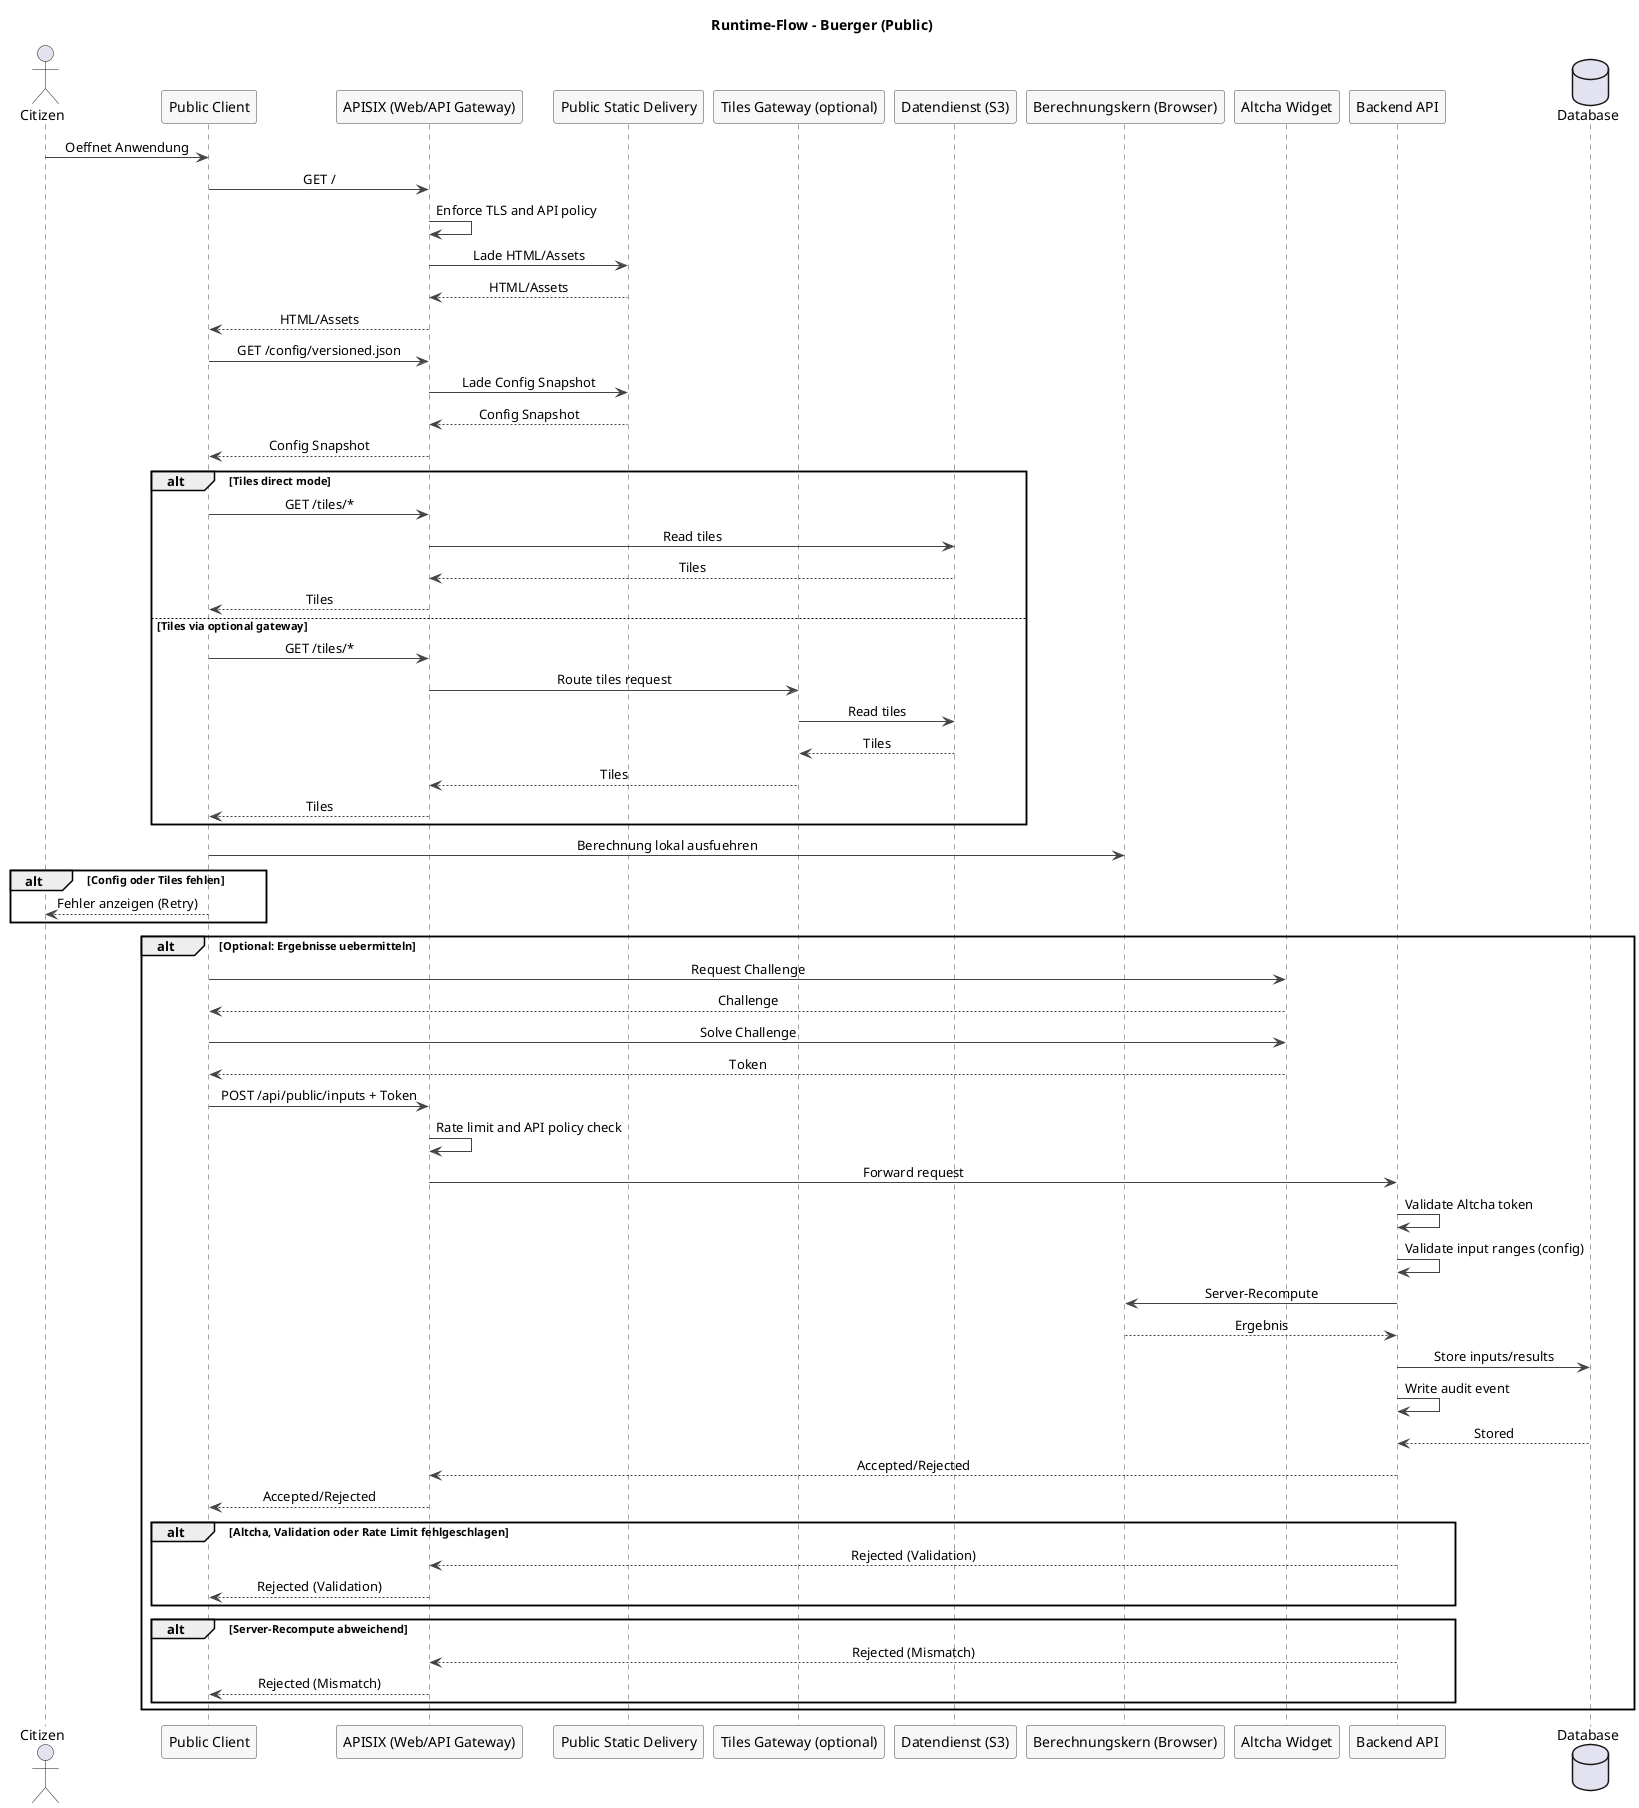
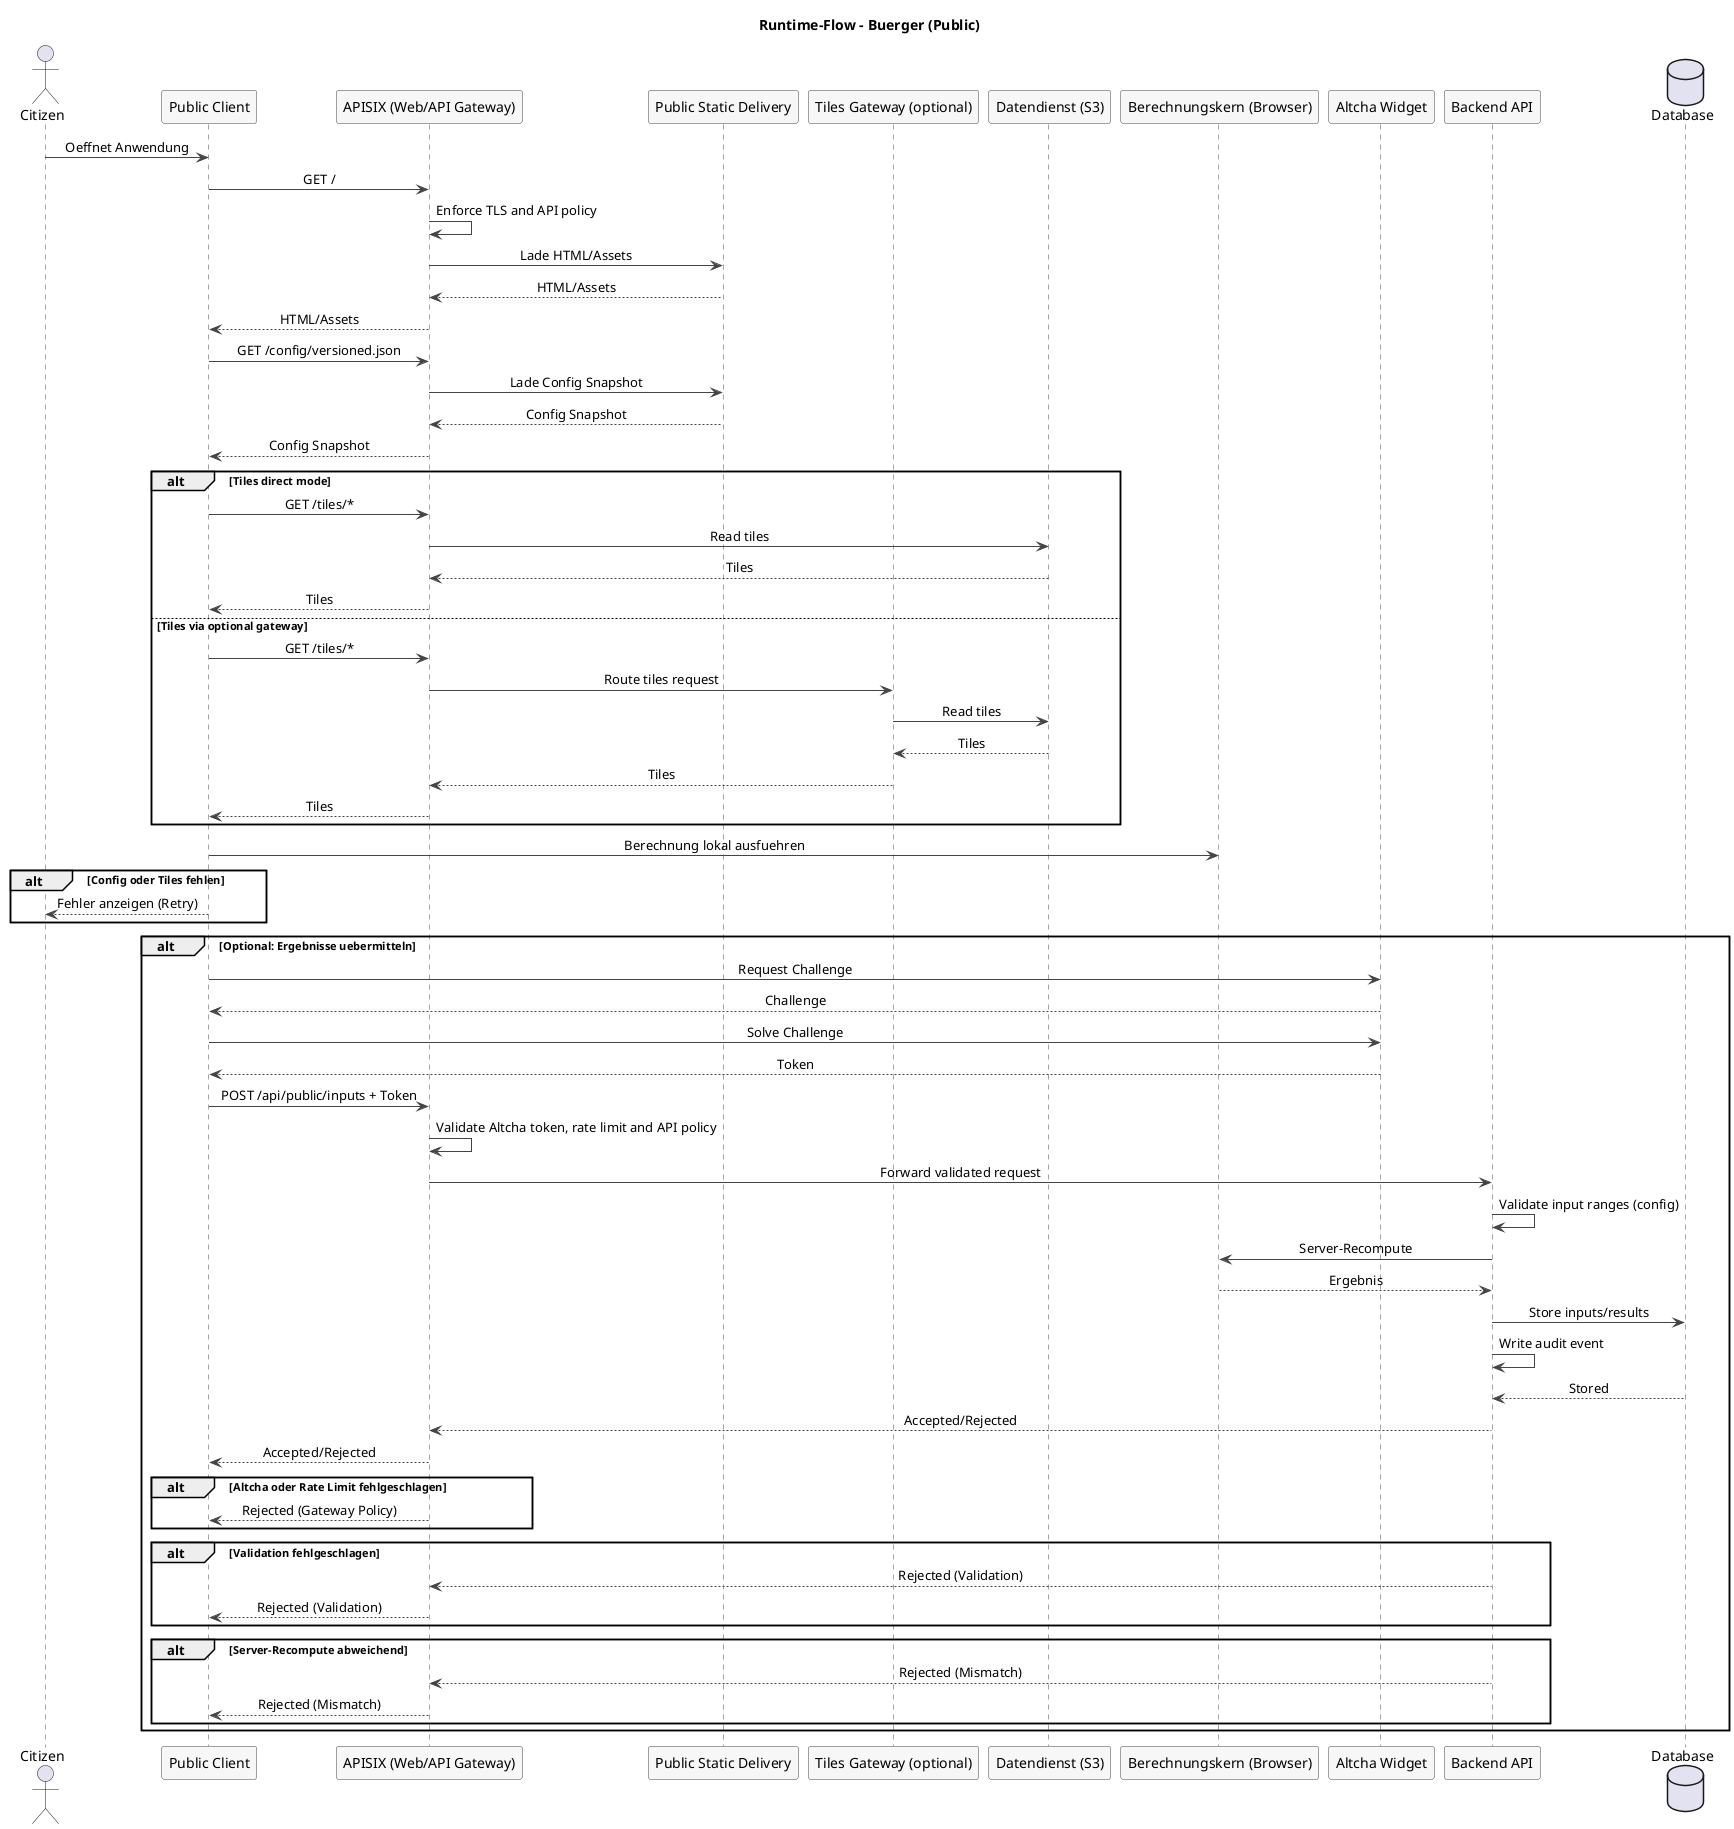
﻿@startuml
skinparam sequenceMessageAlign center
skinparam responseMessageBelowArrow true
skinparam sequence {
  ParticipantBorderColor #444444
  ParticipantBackgroundColor #F7F7F7
  LifeLineBorderColor #444444
  ArrowColor #444444
  NoteBorderColor #444444
  NoteBackgroundColor #F7F7F7
}

title Runtime-Flow - Buerger (Public)

actor Citizen as user
participant "Public Client" as client
participant "APISIX (Web/API Gateway)" as gateway
participant "Public Static Delivery" as public_static
participant "Tiles Gateway (optional)" as tiles
participant "Datendienst (S3)" as s3
participant "Berechnungskern (Browser)" as calc
participant "Altcha Widget" as altcha
participant "Backend API" as api
database "Database" as db

user -> client: Oeffnet Anwendung
client -> gateway: GET /
gateway -> gateway: Enforce TLS and API policy
gateway -> public_static: Lade HTML/Assets
public_static --> gateway: HTML/Assets
gateway --> client: HTML/Assets

client -> gateway: GET /config/versioned.json
gateway -> public_static: Lade Config Snapshot
public_static --> gateway: Config Snapshot
gateway --> client: Config Snapshot

alt Tiles direct mode
  client -> gateway: GET /tiles/*
  gateway -> s3: Read tiles
  s3 --> gateway: Tiles
  gateway --> client: Tiles
else Tiles via optional gateway
  client -> gateway: GET /tiles/*
  gateway -> tiles: Route tiles request
  tiles -> s3: Read tiles
  s3 --> tiles: Tiles
  tiles --> gateway: Tiles
  gateway --> client: Tiles
end

client -> calc: Berechnung lokal ausfuehren

alt Config oder Tiles fehlen
  client --> user: Fehler anzeigen (Retry)
end

alt Optional: Ergebnisse uebermitteln
  client -> altcha: Request Challenge
  altcha --> client: Challenge
  client -> altcha: Solve Challenge
  altcha --> client: Token
  client -> gateway: POST /api/public/inputs + Token
-   gateway -> gateway: Rate limit and API policy check
-   gateway -> api: Forward request
-   api -> api: Validate Altcha token
+   gateway -> gateway: Validate Altcha token, rate limit and API policy
+   gateway -> api: Forward validated request
  api -> api: Validate input ranges (config)
  api -> calc: Server-Recompute
  calc --> api: Ergebnis
  api -> db: Store inputs/results
  api -> api: Write audit event
  db --> api: Stored
  api --> gateway: Accepted/Rejected
  gateway --> client: Accepted/Rejected

-   alt Altcha, Validation oder Rate Limit fehlgeschlagen
+   alt Altcha oder Rate Limit fehlgeschlagen
+     gateway --> client: Rejected (Gateway Policy)
+   end
+ 
+   alt Validation fehlgeschlagen
    api --> gateway: Rejected (Validation)
    gateway --> client: Rejected (Validation)
  end

  alt Server-Recompute abweichend
    api --> gateway: Rejected (Mismatch)
    gateway --> client: Rejected (Mismatch)
  end
end

@enduml

